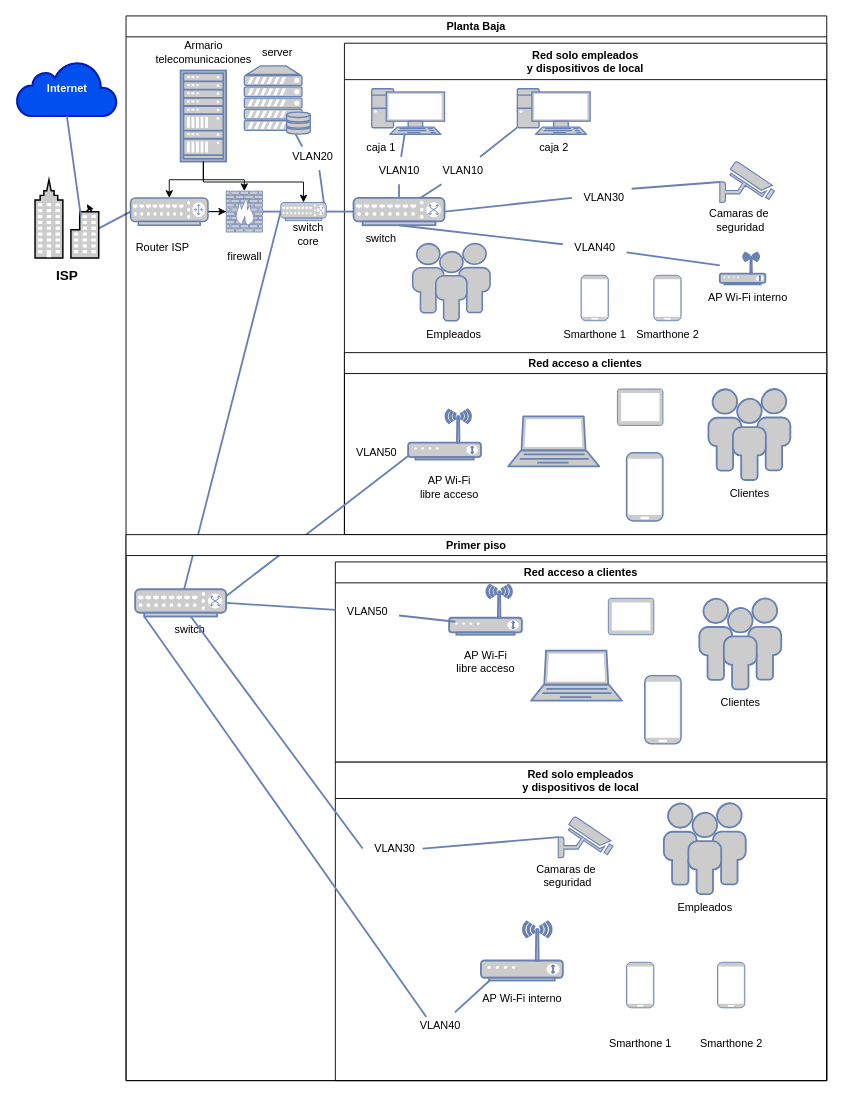
Above: Diagrama-red5-Melgarejo.drawio in monick96/diagramasVarios (draw.io), before the change. Source tidied: cells renumbered, new cells numbered last; positions are measured from the earlier drawing's top-left corner, leaving out a move shared by most shapes. Both pictures are drawn from the tidied source at 91%, with x=0, y=0 at pixel (16, 15).
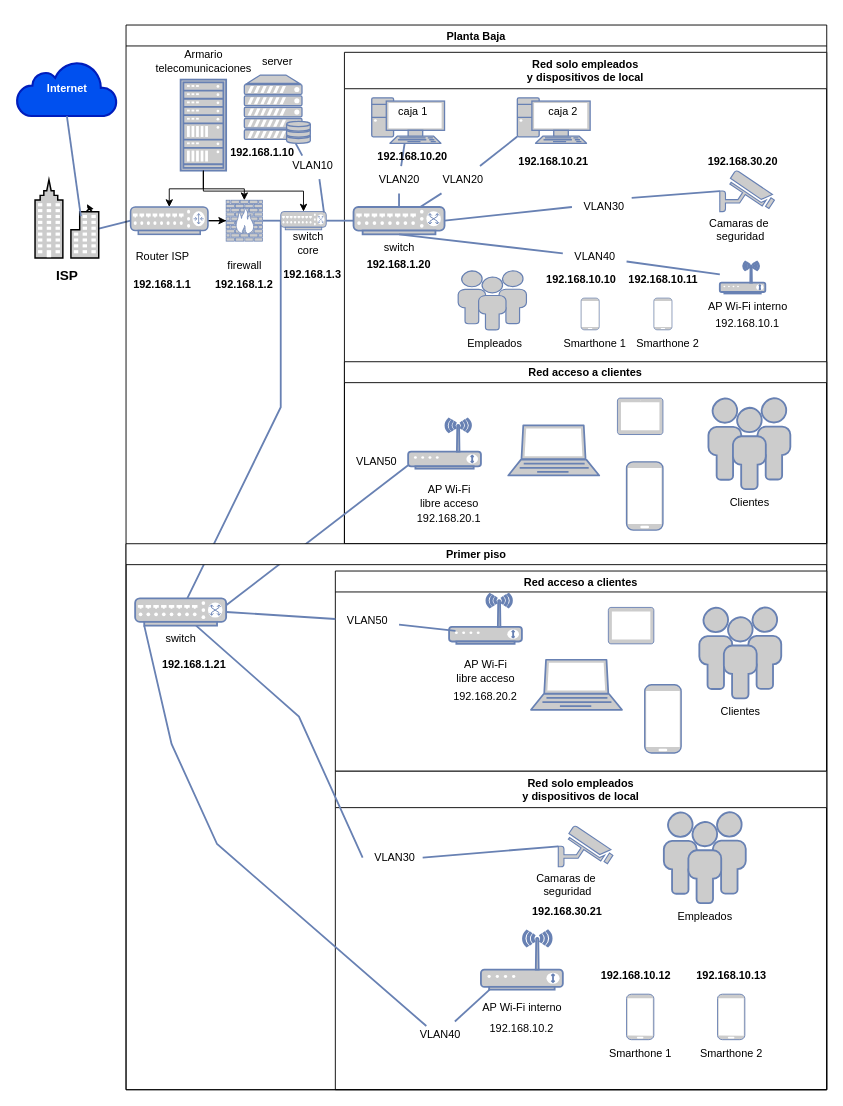
The same page after the edit.

Unchanged cells that the change refers to:
```xml
<mxCell id="15" value="Red solo empleados &#10;y dispositivos de local" style="swimlane;startSize=40;" parent="6" vertex="1">
  <mxGeometry x="240" y="30" width="530" height="540" as="geometry" />
</mxCell>
<mxCell id="34" value="Red acceso a clientes" style="swimlane;" parent="15" vertex="1">
  <mxGeometry y="340" width="530" height="200" as="geometry" />
</mxCell>
<mxCell id="56" value="Primer piso" style="swimlane;" parent="6" vertex="1">
  <mxGeometry y="570" width="770" height="600" as="geometry" />
</mxCell>
<mxCell id="57" value="Red acceso a clientes" style="swimlane;" parent="56" vertex="1">
  <mxGeometry x="230" y="30" width="540" height="220" as="geometry" />
</mxCell>
<mxCell id="65" value="Red solo empleados &#10;y dispositivos de local" style="swimlane;startSize=40;" parent="56" vertex="1">
  <mxGeometry x="230" y="250" width="540" height="350" as="geometry" />
</mxCell>
<mxCell id="76" value="VLAN30" style="text;html=1;align=center;verticalAlign=middle;points=[];strokeColor=none;fillColor=none;" parent="65" vertex="1">
  <mxGeometry x="30" y="80" width="70" height="30" as="geometry" />
</mxCell>
<mxCell id="80" style="fontColor=#0066CC;verticalAlign=top;verticalLabelPosition=bottom;labelPosition=center;align=center;html=1;outlineConnect=0;fillColor=#CCCCCC;strokeColor=#6881B3;gradientColor=none;gradientDirection=north;strokeWidth=2;shape=mxgraph.networks.switch;" parent="56" vertex="1">
  <mxGeometry x="10" y="60" width="100" height="30" as="geometry" />
</mxCell>
<mxCell id="89" style="fontColor=#0066CC;verticalAlign=top;verticalLabelPosition=bottom;labelPosition=center;align=center;html=1;outlineConnect=0;fillColor=#CCCCCC;strokeColor=#6881B3;gradientColor=none;gradientDirection=north;strokeWidth=2;shape=mxgraph.networks.switch;" parent="6" vertex="1">
  <mxGeometry x="170" y="205" width="50" height="20" as="geometry" />
</mxCell>
```

The edit, as a diff of the source:
```diff
@@
     <mxCell id="6" value="Planta Baja" style="swimlane;" parent="1" vertex="1">
-      <mxGeometry x="120" width="770" height="1170" as="geometry" />
+      <mxGeometry x="120" y="10" width="770" height="1170" as="geometry" />
     </mxCell>
@@
     <mxCell id="16" style="fontColor=#0066CC;verticalAlign=top;verticalLabelPosition=bottom;labelPosition=center;align=center;html=1;fillColor=#CCCCCC;strokeColor=#6881B3;gradientColor=none;gradientDirection=north;strokeWidth=2;shape=mxgraph.networks.mobile;" parent="15" vertex="1">
-      <mxGeometry x="260" y="255" width="30" height="50" as="geometry" />
+      <mxGeometry x="260" y="270" width="20" height="35" as="geometry" />
     </mxCell>
     <mxCell id="17" style="fontColor=#0066CC;verticalAlign=top;verticalLabelPosition=bottom;labelPosition=center;align=center;html=1;fillColor=#CCCCCC;strokeColor=#6881B3;gradientColor=none;gradientDirection=north;strokeWidth=2;shape=mxgraph.networks.mobile;" parent="15" vertex="1">
-      <mxGeometry x="340" y="255" width="30" height="50" as="geometry" />
+      <mxGeometry x="340" y="270" width="20" height="35" as="geometry" />
     </mxCell>
@@
     <mxCell id="24" value="caja 1" style="text;html=1;align=center;verticalAlign=middle;strokeColor=none;fillColor=none;" parent="15" vertex="1">
-      <mxGeometry x="10" y="100" width="60" height="30" as="geometry" />
+      <mxGeometry x="45" y="50" width="60" height="30" as="geometry" />
     </mxCell>
@@
     <mxCell id="27" value="caja 2" style="text;html=1;align=center;verticalAlign=middle;strokeColor=none;fillColor=none;" parent="15" vertex="1">
-      <mxGeometry x="200" y="100" width="60" height="30" as="geometry" />
+      <mxGeometry x="210" y="50" width="60" height="30" as="geometry" />
     </mxCell>
@@
     <mxCell id="31" value="switch" style="text;html=1;align=center;verticalAlign=middle;strokeColor=none;fillColor=none;" parent="15" vertex="1">
-      <mxGeometry x="10" y="200" width="60" height="30" as="geometry" />
+      <mxGeometry x="30" y="200" width="60" height="30" as="geometry" />
     </mxCell>
@@
+    <mxCell id="98" value="&lt;table&gt;&lt;tbody&gt;&lt;tr&gt;&lt;td&gt;192.168.20.1&lt;/td&gt;&lt;/tr&gt;&lt;tr&gt;&lt;td&gt;&lt;/td&gt;&lt;/tr&gt;&lt;/tbody&gt;&lt;/table&gt;" style="text;html=1;align=center;verticalAlign=middle;whiteSpace=wrap;rounded=0;" parent="34" vertex="1">
+      <mxGeometry x="95" y="165" width="40" height="20" as="geometry" />
+    </mxCell>
-    <mxCell id="44" value="VLAN10" style="text;html=1;align=center;verticalAlign=middle;points=[];strokeColor=none;fillColor=none;" parent="15" vertex="1">
+    <mxCell id="44" value="VLAN20" style="text;html=1;align=center;verticalAlign=middle;points=[];strokeColor=none;fillColor=none;" parent="15" vertex="1">
       <mxGeometry x="25" y="125" width="70" height="30" as="geometry" />
     </mxCell>
@@
-    <mxCell id="46" value="VLAN10" style="text;html=1;align=center;verticalAlign=middle;points=[];strokeColor=none;fillColor=none;" parent="15" vertex="1">
+    <mxCell id="46" value="VLAN20" style="text;html=1;align=center;verticalAlign=middle;points=[];strokeColor=none;fillColor=none;" parent="15" vertex="1">
       <mxGeometry x="95" y="125" width="70" height="30" as="geometry" />
     </mxCell>
@@
     <mxCell id="52" value="Empleados" style="text;html=1;align=center;verticalAlign=middle;strokeColor=none;fillColor=none;" parent="15" vertex="1">
-      <mxGeometry x="80" y="305" width="80" height="30" as="geometry" />
+      <mxGeometry x="125" y="305" width="80" height="30" as="geometry" />
     </mxCell>
     <mxCell id="53" style="fontColor=#0066CC;verticalAlign=top;verticalLabelPosition=bottom;labelPosition=center;align=center;html=1;fillColor=#CCCCCC;strokeColor=#6881B3;gradientColor=none;gradientDirection=north;strokeWidth=2;shape=mxgraph.networks.users;" parent="15" vertex="1">
-      <mxGeometry x="75" y="220" width="85" height="85" as="geometry" />
+      <mxGeometry x="125" y="240" width="75" height="65" as="geometry" />
     </mxCell>
+    <mxCell id="99" value="&lt;b&gt;192.168.10.20&lt;/b&gt;" style="text;html=1;align=center;verticalAlign=middle;whiteSpace=wrap;rounded=0;" parent="15" vertex="1">
+      <mxGeometry x="55" y="105" width="40" height="20" as="geometry" />
+    </mxCell>
+    <mxCell id="100" value="&lt;b&gt;192.168.10.21&lt;/b&gt;" style="text;html=1;align=center;verticalAlign=middle;whiteSpace=wrap;rounded=0;" parent="15" vertex="1">
+      <mxGeometry x="210" y="110" width="40" height="20" as="geometry" />
+    </mxCell>
+    <mxCell id="101" value="&lt;b&gt;192.168.1.20&lt;/b&gt;" style="text;html=1;align=center;verticalAlign=middle;whiteSpace=wrap;rounded=0;" parent="15" vertex="1">
+      <mxGeometry x="35" y="220" width="50" height="25" as="geometry" />
+    </mxCell>
+    <mxCell id="102" value="&lt;b&gt;192.168.30.20&lt;/b&gt;" style="text;html=1;align=center;verticalAlign=middle;whiteSpace=wrap;rounded=0;" parent="15" vertex="1">
+      <mxGeometry x="417.5" y="110" width="40" height="20" as="geometry" />
+    </mxCell>
+    <mxCell id="103" value="&lt;table&gt;&lt;tbody&gt;&lt;tr&gt;&lt;td&gt;192.168.10.1&lt;/td&gt;&lt;/tr&gt;&lt;tr&gt;&lt;td&gt;&lt;/td&gt;&lt;/tr&gt;&lt;/tbody&gt;&lt;/table&gt;" style="text;html=1;align=center;verticalAlign=middle;whiteSpace=wrap;rounded=0;" parent="15" vertex="1">
+      <mxGeometry x="422.5" y="290" width="40" height="20" as="geometry" />
+    </mxCell>
+    <mxCell id="104" value="&lt;b style=&quot;--tw-scale-x: 1; --tw-scale-y: 1; --tw-pan-x: ; --tw-pan-y: ; --tw-pinch-zoom: ; --tw-scroll-snap-strictness: proximity; --tw-ordinal: ; --tw-slashed-zero: ; --tw-numeric-figure: ; --tw-numeric-spacing: ; --tw-numeric-fraction: ; --tw-ring-inset: ; --tw-ring-offset-width: 0px; --tw-ring-offset-color: #fff; --tw-ring-color: rgb(59 130 246 / .5); --tw-ring-offset-shadow: 0 0 #0000; --tw-ring-shadow: 0 0 #0000; --tw-shadow: 0 0 #0000; --tw-shadow-colored: 0 0 #0000; --tw-blur: ; --tw-brightness: ; --tw-contrast: ; --tw-grayscale: ; --tw-hue-rotate: ; --tw-invert: ; --tw-saturate: ; --tw-sepia: ; --tw-drop-shadow: ; --tw-backdrop-blur: ; --tw-backdrop-brightness: ; --tw-backdrop-contrast: ; --tw-backdrop-grayscale: ; --tw-backdrop-hue-rotate: ; --tw-backdrop-invert: ; --tw-backdrop-opacity: ; --tw-backdrop-saturate: ; --tw-backdrop-sepia: ; text-wrap-mode: wrap;&quot;&gt;192.168.10.10&lt;/b&gt;&lt;br&gt;&lt;table&gt;&lt;/table&gt;" style="text;html=1;align=center;verticalAlign=middle;strokeColor=none;fillColor=none;" parent="15" vertex="1">
+      <mxGeometry x="210" y="235" width="100" height="30" as="geometry" />
+    </mxCell>
+    <mxCell id="105" value="&lt;b style=&quot;--tw-scale-x: 1; --tw-scale-y: 1; --tw-pan-x: ; --tw-pan-y: ; --tw-pinch-zoom: ; --tw-scroll-snap-strictness: proximity; --tw-ordinal: ; --tw-slashed-zero: ; --tw-numeric-figure: ; --tw-numeric-spacing: ; --tw-numeric-fraction: ; --tw-ring-inset: ; --tw-ring-offset-width: 0px; --tw-ring-offset-color: light-dark(#fff, #000000); --tw-ring-color: rgb(59 130 246 / .5); --tw-ring-offset-shadow: 0 0 #0000; --tw-ring-shadow: 0 0 #0000; --tw-shadow: 0 0 #0000; --tw-shadow-colored: 0 0 #0000; --tw-blur: ; --tw-brightness: ; --tw-contrast: ; --tw-grayscale: ; --tw-hue-rotate: ; --tw-invert: ; --tw-saturate: ; --tw-sepia: ; --tw-drop-shadow: ; --tw-backdrop-blur: ; --tw-backdrop-brightness: ; --tw-backdrop-contrast: ; --tw-backdrop-grayscale: ; --tw-backdrop-hue-rotate: ; --tw-backdrop-invert: ; --tw-backdrop-opacity: ; --tw-backdrop-saturate: ; --tw-backdrop-sepia: ; text-wrap-mode: wrap;&quot;&gt;192.168.10.11&lt;/b&gt;&lt;br&gt;&lt;table&gt;&lt;/table&gt;" style="text;html=1;align=center;verticalAlign=middle;strokeColor=none;fillColor=none;" parent="15" vertex="1">
+      <mxGeometry x="300" y="235" width="100" height="30" as="geometry" />
+    </mxCell>
@@
     <mxCell id="55" style="edgeStyle=none;rounded=0;html=1;labelBackgroundColor=none;endArrow=none;strokeColor=#6881B3;strokeWidth=2;fontFamily=Verdana;fontSize=28;fontColor=#0066CC;exitX=0;exitY=0.5;exitDx=0;exitDy=0;exitPerimeter=0;" parent="6" edge="1" source="89" target="80">
-      <mxGeometry relative="1" as="geometry" />
+      <mxGeometry relative="1" as="geometry">
+        <Array as="points">
+          <mxPoint x="170" y="420" />
+        </Array>
+      </mxGeometry>
     </mxCell>
@@
+    <mxCell id="106" value="&lt;table&gt;&lt;tbody&gt;&lt;tr&gt;&lt;td&gt;192.168.20.2&lt;/td&gt;&lt;/tr&gt;&lt;tr&gt;&lt;td&gt;&lt;/td&gt;&lt;/tr&gt;&lt;/tbody&gt;&lt;/table&gt;" style="text;html=1;align=center;verticalAlign=middle;whiteSpace=wrap;rounded=0;" parent="57" vertex="1">
+      <mxGeometry x="145" y="130" width="40" height="20" as="geometry" />
+    </mxCell>
@@
     <mxCell id="66" style="fontColor=#0066CC;verticalAlign=top;verticalLabelPosition=bottom;labelPosition=center;align=center;html=1;fillColor=#CCCCCC;strokeColor=#6881B3;gradientColor=none;gradientDirection=north;strokeWidth=2;shape=mxgraph.networks.mobile;" parent="65" vertex="1">
-      <mxGeometry x="320" y="220" width="30" height="50" as="geometry" />
+      <mxGeometry x="320" y="245" width="30" height="50" as="geometry" />
     </mxCell>
     <mxCell id="67" style="fontColor=#0066CC;verticalAlign=top;verticalLabelPosition=bottom;labelPosition=center;align=center;html=1;fillColor=#CCCCCC;strokeColor=#6881B3;gradientColor=none;gradientDirection=north;strokeWidth=2;shape=mxgraph.networks.mobile;" parent="65" vertex="1">
-      <mxGeometry x="420" y="220" width="30" height="50" as="geometry" />
+      <mxGeometry x="420" y="245" width="30" height="50" as="geometry" />
     </mxCell>
@@
+    <mxCell id="107" value="&lt;table&gt;&lt;tbody&gt;&lt;tr&gt;&lt;td&gt;192.168.10.2&lt;/td&gt;&lt;/tr&gt;&lt;tr&gt;&lt;td&gt;&lt;/td&gt;&lt;/tr&gt;&lt;/tbody&gt;&lt;/table&gt;" style="text;html=1;align=center;verticalAlign=middle;whiteSpace=wrap;rounded=0;" parent="65" vertex="1">
+      <mxGeometry x="185" y="275" width="40" height="20" as="geometry" />
+    </mxCell>
+    <mxCell id="108" value="&lt;b style=&quot;--tw-scale-x: 1; --tw-scale-y: 1; --tw-pan-x: ; --tw-pan-y: ; --tw-pinch-zoom: ; --tw-scroll-snap-strictness: proximity; --tw-ordinal: ; --tw-slashed-zero: ; --tw-numeric-figure: ; --tw-numeric-spacing: ; --tw-numeric-fraction: ; --tw-ring-inset: ; --tw-ring-offset-width: 0px; --tw-ring-offset-color: light-dark(#fff, #000000); --tw-ring-color: rgb(59 130 246 / .5); --tw-ring-offset-shadow: 0 0 #0000; --tw-ring-shadow: 0 0 #0000; --tw-shadow: 0 0 #0000; --tw-shadow-colored: 0 0 #0000; --tw-blur: ; --tw-brightness: ; --tw-contrast: ; --tw-grayscale: ; --tw-hue-rotate: ; --tw-invert: ; --tw-saturate: ; --tw-sepia: ; --tw-drop-shadow: ; --tw-backdrop-blur: ; --tw-backdrop-brightness: ; --tw-backdrop-contrast: ; --tw-backdrop-grayscale: ; --tw-backdrop-hue-rotate: ; --tw-backdrop-invert: ; --tw-backdrop-opacity: ; --tw-backdrop-saturate: ; --tw-backdrop-sepia: ; text-wrap-mode: wrap;&quot;&gt;192.168.10.12&lt;/b&gt;&lt;br&gt;&lt;table&gt;&lt;/table&gt;" style="text;html=1;align=center;verticalAlign=middle;strokeColor=none;fillColor=none;" parent="65" vertex="1">
+      <mxGeometry x="280" y="210" width="100" height="30" as="geometry" />
+    </mxCell>
+    <mxCell id="109" value="&lt;b style=&quot;--tw-scale-x: 1; --tw-scale-y: 1; --tw-pan-x: ; --tw-pan-y: ; --tw-pinch-zoom: ; --tw-scroll-snap-strictness: proximity; --tw-ordinal: ; --tw-slashed-zero: ; --tw-numeric-figure: ; --tw-numeric-spacing: ; --tw-numeric-fraction: ; --tw-ring-inset: ; --tw-ring-offset-width: 0px; --tw-ring-offset-color: light-dark(#fff, #000000); --tw-ring-color: rgb(59 130 246 / .5); --tw-ring-offset-shadow: 0 0 #0000; --tw-ring-shadow: 0 0 #0000; --tw-shadow: 0 0 #0000; --tw-shadow-colored: 0 0 #0000; --tw-blur: ; --tw-brightness: ; --tw-contrast: ; --tw-grayscale: ; --tw-hue-rotate: ; --tw-invert: ; --tw-saturate: ; --tw-sepia: ; --tw-drop-shadow: ; --tw-backdrop-blur: ; --tw-backdrop-brightness: ; --tw-backdrop-contrast: ; --tw-backdrop-grayscale: ; --tw-backdrop-hue-rotate: ; --tw-backdrop-invert: ; --tw-backdrop-opacity: ; --tw-backdrop-saturate: ; --tw-backdrop-sepia: ; text-wrap-mode: wrap;&quot;&gt;192.168.10.13&lt;/b&gt;&lt;br&gt;&lt;table&gt;&lt;/table&gt;" style="text;html=1;align=center;verticalAlign=middle;strokeColor=none;fillColor=none;" parent="65" vertex="1">
+      <mxGeometry x="385" y="210" width="100" height="30" as="geometry" />
+    </mxCell>
+    <mxCell id="110" value="&lt;b&gt;192.168.30.21&lt;/b&gt;" style="text;html=1;align=center;verticalAlign=middle;whiteSpace=wrap;rounded=0;" parent="65" vertex="1">
+      <mxGeometry x="235" y="145" width="40" height="20" as="geometry" />
+    </mxCell>
@@
     <mxCell id="81" value="switch" style="text;html=1;align=center;verticalAlign=middle;strokeColor=none;fillColor=none;" parent="56" vertex="1">
-      <mxGeometry x="40" y="90" width="60" height="30" as="geometry" />
+      <mxGeometry x="30" y="90" width="60" height="30" as="geometry" />
     </mxCell>
     <mxCell id="82" style="edgeStyle=none;rounded=0;html=1;labelBackgroundColor=none;endArrow=none;strokeColor=#6881B3;strokeWidth=2;fontFamily=Verdana;fontSize=28;fontColor=#0066CC;entryX=0;entryY=0.5;entryDx=0;entryDy=0;entryPerimeter=0;" parent="56" edge="1" source="80" target="76">
-      <mxGeometry relative="1" as="geometry" />
+      <mxGeometry relative="1" as="geometry">
+        <Array as="points">
+          <mxPoint x="190" y="190" />
+        </Array>
+      </mxGeometry>
     </mxCell>
     <mxCell id="83" style="edgeStyle=none;rounded=0;html=1;labelBackgroundColor=none;endArrow=none;strokeColor=#6881B3;strokeWidth=2;fontFamily=Verdana;fontSize=28;fontColor=#0066CC;exitX=0.1;exitY=1;exitDx=0;exitDy=0;exitPerimeter=0;" parent="56" edge="1" source="80">
       <mxGeometry relative="1" as="geometry">
         <mxPoint x="330" y="530" as="targetPoint" />
+        <Array as="points">
+          <mxPoint x="50" y="220" />
+          <mxPoint x="100" y="330" />
+        </Array>
       </mxGeometry>
     </mxCell>
+    <mxCell id="111" value="&lt;b&gt;192.168.1.21&lt;/b&gt;" style="text;html=1;align=center;verticalAlign=middle;whiteSpace=wrap;rounded=0;" parent="56" vertex="1">
+      <mxGeometry x="50" y="120" width="50" height="25" as="geometry" />
+    </mxCell>
@@
-    <mxCell id="94" value="VLAN20" style="text;html=1;align=center;verticalAlign=middle;points=[];strokeColor=none;fillColor=none;" parent="6" vertex="1">
+    <mxCell id="94" value="VLAN10" style="text;html=1;align=center;verticalAlign=middle;points=[];strokeColor=none;fillColor=none;" parent="6" vertex="1">
       <mxGeometry x="170" y="140" width="70" height="30" as="geometry" />
     </mxCell>
@@
+    <mxCell id="112" value="&lt;b&gt;192.168.1.1&lt;/b&gt;" style="text;html=1;align=center;verticalAlign=middle;whiteSpace=wrap;rounded=0;" parent="6" vertex="1">
+      <mxGeometry x="10" y="270" width="60" height="30" as="geometry" />
+    </mxCell>
+    <mxCell id="113" value="&lt;b&gt;192.168.1.2&lt;/b&gt;" style="text;html=1;align=center;verticalAlign=middle;whiteSpace=wrap;rounded=0;" parent="6" vertex="1">
+      <mxGeometry x="100" y="270" width="60" height="30" as="geometry" />
+    </mxCell>
+    <mxCell id="114" value="&lt;b&gt;192.168.1.3&lt;/b&gt;" style="text;html=1;align=center;verticalAlign=middle;whiteSpace=wrap;rounded=0;" parent="6" vertex="1">
+      <mxGeometry x="175" y="260" width="60" height="30" as="geometry" />
+    </mxCell>
+    <mxCell id="115" value="&lt;b&gt;192.168.1.10&lt;/b&gt;" style="text;html=1;align=center;verticalAlign=middle;whiteSpace=wrap;rounded=0;" parent="6" vertex="1">
+      <mxGeometry x="130" y="130" width="40" height="20" as="geometry" />
+    </mxCell>
```
